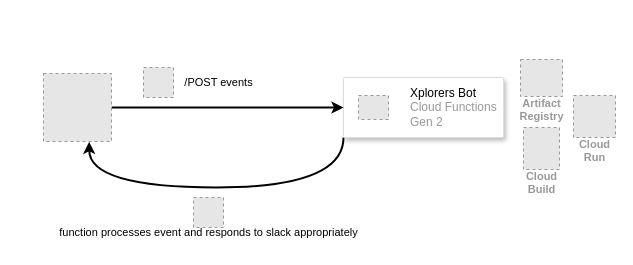
xplorer-io/xplorers-bot-ts keeps this draw.io diagram as page "Page-1" (1 of 7) of assets/xplorers-bot-gcloud.drawio. Above is the earlier version. Source tidied: cells renumbered, new cells numbered last; positions are measured from the earlier drawing's top-left corner, leaving out a move shared by most shapes. Both pictures are drawn from the tidied source at 100%, with x=0, y=0 at pixel (43, 59). Pictures stored in the file or linked from it are replaced by grey dashed boxes.
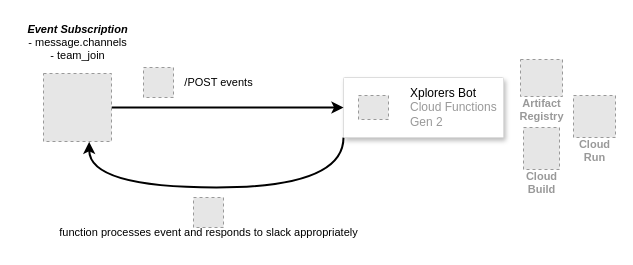
After the change.

Change to the diagram source:
```diff
@@
 <mxGraphModel>
   <root>
     <mxCell id="0" />
     <mxCell id="1" parent="0" />
     <mxCell id="2" style="edgeStyle=orthogonalEdgeStyle;shape=connector;rounded=0;jettySize=auto;html=1;entryX=0.672;entryY=1.005;entryDx=0;entryDy=0;entryPerimeter=0;labelBackgroundColor=default;strokeColor=default;strokeWidth=2;fontFamily=Helvetica;fontSize=11;fontColor=default;endArrow=classic;curved=1;exitX=0;exitY=1;exitDx=0;exitDy=0;" parent="1" edge="1" source="3" target="8">
       <mxGeometry relative="1" as="geometry">
         <Array as="points">
           <mxPoint x="300" y="128" />
           <mxPoint x="46" y="128" />
         </Array>
       </mxGeometry>
     </mxCell>
     <mxCell id="3" style="strokeColor=#dddddd;shadow=1;strokeWidth=1;rounded=1;absoluteArcSize=1;arcSize=2;" parent="1" vertex="1">
       <mxGeometry x="300" y="18" width="160" height="60" as="geometry" />
     </mxCell>
     <mxCell id="4" value="&lt;font color=&quot;#000000&quot;&gt;Xplorers Bot&lt;/font&gt;&lt;br&gt;Cloud Functions&lt;br&gt;Gen 2" style="fillColor=#E6E6E6;strokeColor=#999999;dashed=1;html=1;fontColor=#999999;verticalLabelPosition=middle;labelBackgroundColor=#ffffff;verticalAlign=middle;labelPosition=right;align=left;spacingLeft=20;" parent="3" vertex="1">
       <mxGeometry width="30" height="24" relative="1" as="geometry">
         <mxPoint x="15" y="18" as="offset" />
       </mxGeometry>
     </mxCell>
     <mxCell id="5" value="Cloud&#10;Run" style="fillColor=#E6E6E6;strokeColor=#999999;dashed=1;html=1;verticalAlign=top;labelPosition=center;verticalLabelPosition=bottom;align=center;spacingTop=-6;fontSize=11;fontStyle=1;fontColor=#999999;" parent="1" vertex="1">
       <mxGeometry x="530" y="36" width="42" height="42" as="geometry" />
     </mxCell>
     <mxCell id="6" value="Cloud&#10;Build" style="fillColor=#E6E6E6;strokeColor=#999999;dashed=1;html=1;verticalAlign=top;labelPosition=center;verticalLabelPosition=bottom;align=center;spacingTop=-6;fontSize=11;fontStyle=1;fontColor=#999999;" parent="1" vertex="1">
       <mxGeometry x="480" y="68" width="36" height="42" as="geometry" />
     </mxCell>
     <mxCell id="7" style="edgeStyle=orthogonalEdgeStyle;rounded=0;jettySize=auto;html=1;entryX=0;entryY=0.5;entryDx=0;entryDy=0;strokeWidth=2;" parent="1" edge="1" source="8" target="3">
       <mxGeometry relative="1" as="geometry" />
     </mxCell>
     <mxCell id="8" style="fillColor=#E6E6E6;strokeColor=#999999;dashed=1;html=1;verticalAlign=top;verticalLabelPosition=bottom;labelBackgroundColor=#ffffff;" parent="1" vertex="1">
       <mxGeometry y="14" width="68" height="68" as="geometry" />
     </mxCell>
     <mxCell id="9" value="/POST events" style="text;html=1;align=center;verticalAlign=middle;strokeColor=none;fillColor=none;fontSize=11;fontFamily=Helvetica;fontColor=default;" parent="1" vertex="1">
       <mxGeometry x="130" y="8" width="90" height="30" as="geometry" />
     </mxCell>
     <mxCell id="10" style="fillColor=#E6E6E6;strokeColor=#999999;dashed=1;html=1;verticalAlign=top;verticalLabelPosition=bottom;labelBackgroundColor=#ffffff;fontFamily=Helvetica;fontSize=11;fontColor=default;" parent="1" vertex="1">
       <mxGeometry x="100" y="8" width="30" height="30" as="geometry" />
     </mxCell>
     <mxCell id="11" style="fillColor=#E6E6E6;strokeColor=#999999;dashed=1;html=1;verticalAlign=top;verticalLabelPosition=bottom;labelBackgroundColor=#ffffff;fontFamily=Helvetica;fontSize=11;fontColor=default;" parent="1" vertex="1">
       <mxGeometry x="150" y="138" width="30" height="30" as="geometry" />
     </mxCell>
     <mxCell id="12" value="function processes event and responds to slack appropriately" style="text;html=1;align=center;verticalAlign=middle;strokeColor=none;fillColor=none;fontSize=11;fontFamily=Helvetica;fontColor=default;" parent="1" vertex="1">
       <mxGeometry x="5" y="158" width="320" height="30" as="geometry" />
     </mxCell>
     <mxCell id="13" value="Artifact&#10;Registry" style="fillColor=#E6E6E6;strokeColor=#999999;dashed=1;html=1;verticalAlign=top;labelPosition=center;verticalLabelPosition=bottom;align=center;spacingTop=-6;fontSize=11;fontStyle=1;fontColor=#999999;fontFamily=Helvetica;" parent="1" vertex="1">
       <mxGeometry x="477" width="42" height="37" as="geometry" />
     </mxCell>
+    <mxCell id="14" value="&lt;b&gt;&lt;i&gt;Event Subscription&lt;br&gt;&lt;/i&gt;&lt;/b&gt;- message.channels&lt;br&gt;- team_join" style="text;html=1;align=center;verticalAlign=middle;strokeColor=none;fillColor=none;fontSize=11;fontFamily=Helvetica;fontColor=default;" parent="1" vertex="1">
+      <mxGeometry x="-26" y="-42" width="120" height="50" as="geometry" />
+    </mxCell>
   </root>
 </mxGraphModel>
```
